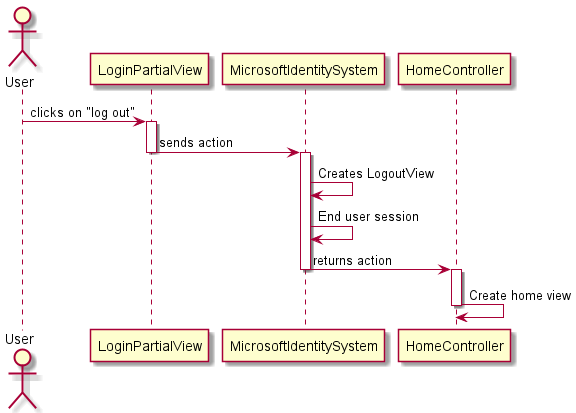
This is out/Level4/SequenceDiagrams/LogoutSequenceDiagram/LogoutSequenceDiagram.png from I4PRJ4/I4PRJ4-plantuml, a PlantUML export, as it was before one commit.
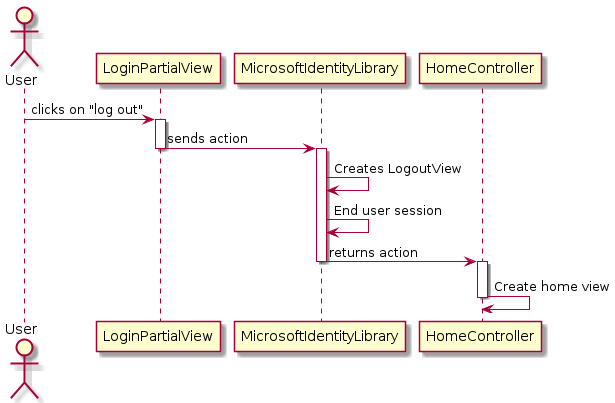
Later version of the same file.

The edit, as a diff of the source:
```diff
@@ -3,22 +3,22 @@
 
 actor User as User
 participant LoginPartialView as LoginPartialView
-participant MicrosoftIdentitySystem as  MicrosoftIdentitySystem
+participant MicrosoftIdentityLibrary as  MicrosoftIdentityLibrary
 participant HomeController as HomeController
 
 User -> LoginPartialView : clicks on "log out"
 activate LoginPartialView
 
-LoginPartialView -> MicrosoftIdentitySystem : sends action
+LoginPartialView -> MicrosoftIdentityLibrary : sends action
 deactivate LoginPartialView
 
-activate MicrosoftIdentitySystem
-MicrosoftIdentitySystem -> MicrosoftIdentitySystem : Creates LogoutView
+activate MicrosoftIdentityLibrary
+MicrosoftIdentityLibrary -> MicrosoftIdentityLibrary : Creates LogoutView
 
-MicrosoftIdentitySystem -> MicrosoftIdentitySystem : End user session
+MicrosoftIdentityLibrary -> MicrosoftIdentityLibrary : End user session
 
-MicrosoftIdentitySystem -> HomeController : returns action
-deactivate MicrosoftIdentitySystem
+MicrosoftIdentityLibrary -> HomeController : returns action
+deactivate MicrosoftIdentityLibrary
 
 activate HomeController
 HomeController -> HomeController : Create home view
```
